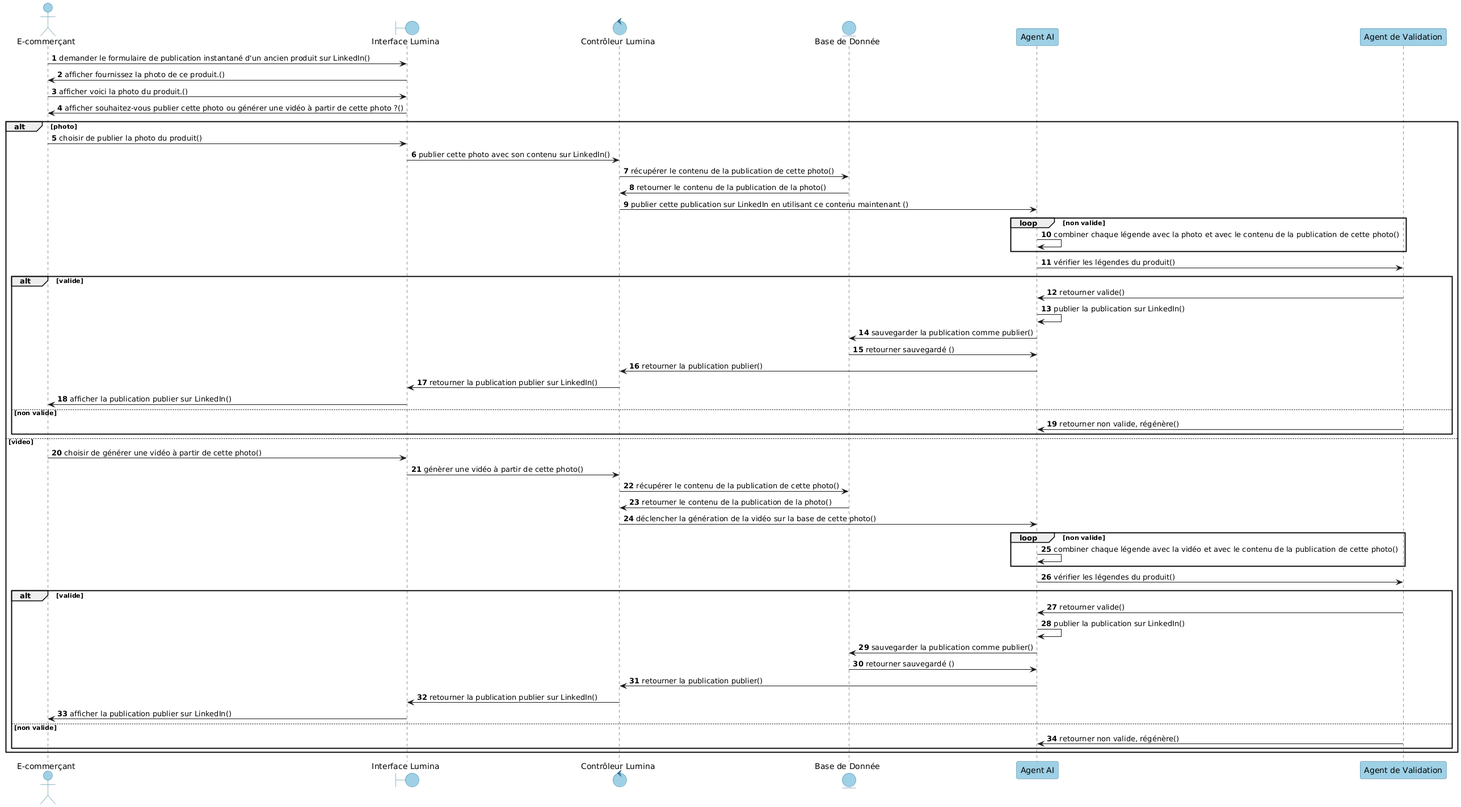
The PlantUML diagram conception/publucationsequence/publication instantannée d'un ancien produit sur LinkedIn.png in MahdiBelguith/E-commerce-Lunmina, before a commit. The source it was exported from:
```plantuml
@startuml
autonumber
skinparam backgroundColor white

skinparam participant {
    BackgroundColor #9ED0E6
    BorderColor #2F6F8F
    FontColor black
}

skinparam actor {
    BackgroundColor #9ED0E6
    BorderColor #2F6F8F
    FontColor black
}

skinparam entity {
    BackgroundColor #9ED0E6
    BorderColor #2F6F8F
    FontColor black
}

skinparam boundary {
    BackgroundColor #9ED0E6
    BorderColor #2F6F8F
    FontColor black
}
skinparam control {
    BackgroundColor #9ED0E6
    BorderColor #2F6F8F
    FontColor black
}
actor "E-commerçant" as User
boundary "Interface Lumina" as UI
control "Contrôleur Lumina" as Controller
Entity "Base de Donnée" as DB
participant "Agent AI" as AI
participant "Agent de Validation" as Validator

User -> UI :  demander le formulaire de publication instantané d'un ancien produit sur LinkedIn()

UI -> User : afficher fournissez la photo de ce produit.()
User -> UI : afficher voici la photo du produit.()
UI ->User : afficher souhaitez-vous publier cette photo ou générer une vidéo à partir de cette photo ?()
            alt photo
                User -> UI : choisir de publier la photo du produit()
                UI -> Controller : publier cette photo avec son contenu sur LinkedIn()
                Controller -> DB : récupérer le contenu de la publication de cette photo()
                DB -> Controller : retourner le contenu de la publication de la photo()
                Controller -> AI : publier cette publication sur LinkedIn en utilisant ce contenu maintenant ()
                loop non valide
                   AI -> AI :combiner chaque légende avec la photo et avec le contenu de la publication de cette photo()
                end loop
                AI -> Validator : vérifier les légendes du produit()
                alt valide
                    Validator -> AI : retourner valide()
                    AI -> AI :  publier la publication sur LinkedIn()
                    AI -> DB : sauvegarder la publication comme publier()
                    DB -> AI : retourner sauvegardé ()
                    AI -> Controller : retourner la publication publier()
                    Controller -> UI : retourner la publication publier sur LinkedIn()
                    UI  -> User : afficher la publication publier sur LinkedIn()
                else non valide
                    Validator -> AI : retourner non valide, régénère()
                end
            else video
                User -> UI : choisir de générer une vidéo à partir de cette photo()
                UI -> Controller : génèrer une vidéo à partir de cette photo()
                Controller -> DB : récupérer le contenu de la publication de cette photo()
                DB -> Controller : retourner le contenu de la publication de la photo()
                Controller -> AI : déclencher la génération de la vidéo sur la base de cette photo()
                loop non valide
                    AI -> AI :combiner chaque légende avec la vidéo et avec le contenu de la publication de cette photo()
                end loop
                AI -> Validator : vérifier les légendes du produit()
                alt valide
                    Validator -> AI : retourner valide()
                    AI -> AI :  publier la publication sur LinkedIn()
                    AI -> DB : sauvegarder la publication comme publier()
                    DB -> AI : retourner sauvegardé ()
                    AI -> Controller : retourner la publication publier()
                    Controller -> UI : retourner la publication publier sur LinkedIn()
                    UI  -> User : afficher la publication publier sur LinkedIn()
                else non valide
                    Validator -> AI : retourner non valide, régénère()
                end
            end
@enduml
```
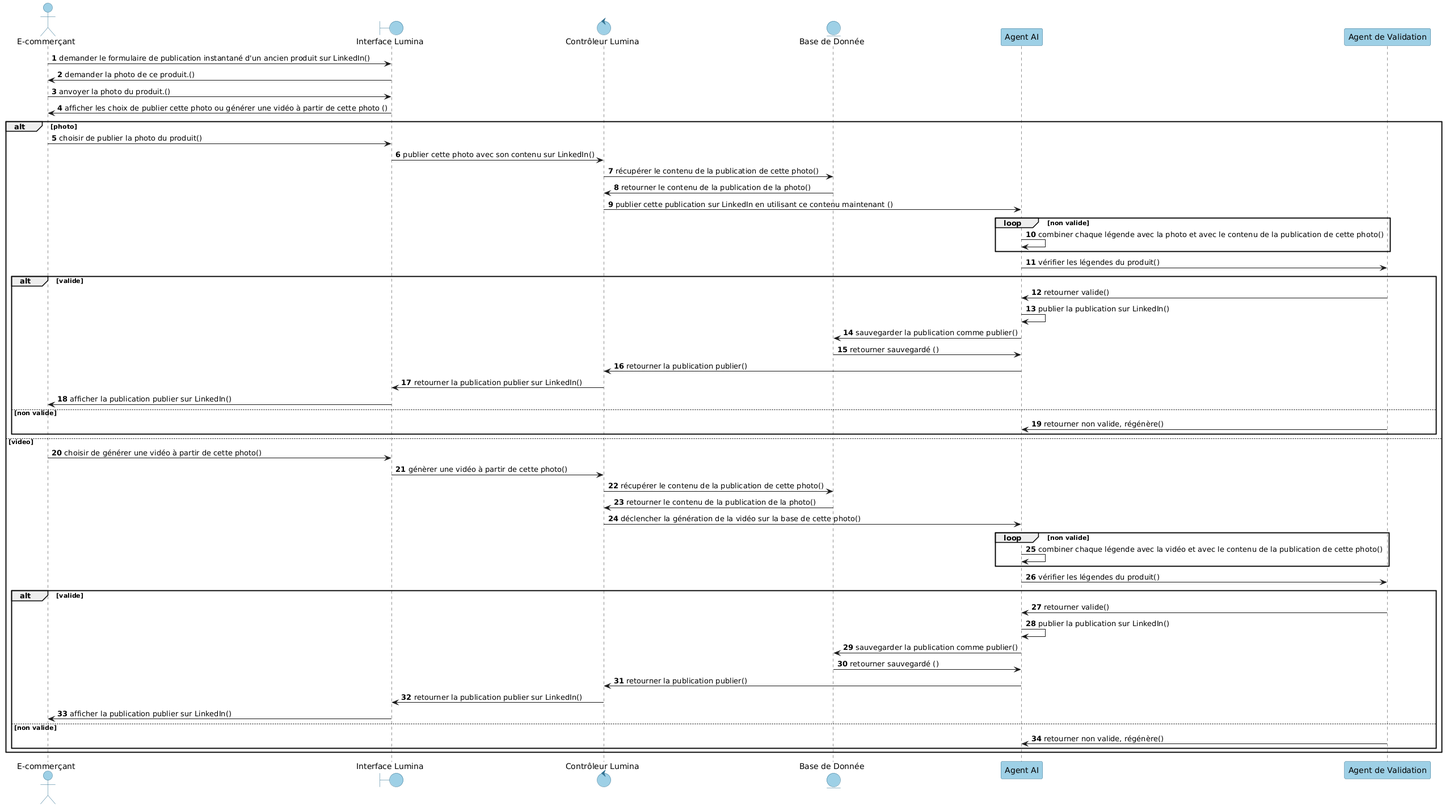
The same diagram one commit later.

Change to the diagram source:
```diff
@@ -39,9 +39,9 @@
 
 User -> UI :  demander le formulaire de publication instantané d'un ancien produit sur LinkedIn()
 
-UI -> User : afficher fournissez la photo de ce produit.()
-User -> UI : afficher voici la photo du produit.()
-UI ->User : afficher souhaitez-vous publier cette photo ou générer une vidéo à partir de cette photo ?()
+UI -> User : demander la photo de ce produit.()
+User -> UI : anvoyer la photo du produit.()
+UI ->User :  afficher les choix de publier cette photo ou générer une vidéo à partir de cette photo ()
             alt photo
                 User -> UI : choisir de publier la photo du produit()
                 UI -> Controller : publier cette photo avec son contenu sur LinkedIn()
```
